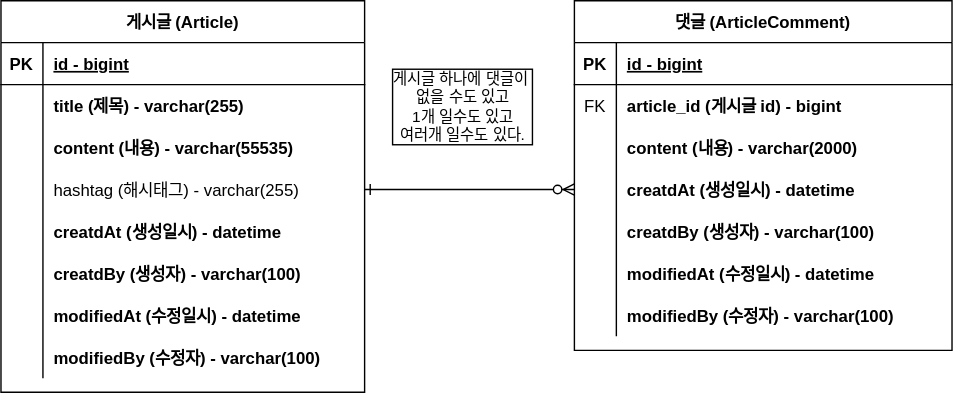
Before: document/project-board-end.svg, a diagram exported from draw.io (jangjh45/project_board). Source tidied: cells renumbered, new cells last; positions are measured from the earlier drawing's top-left corner, leaving out a move shared by most shapes.
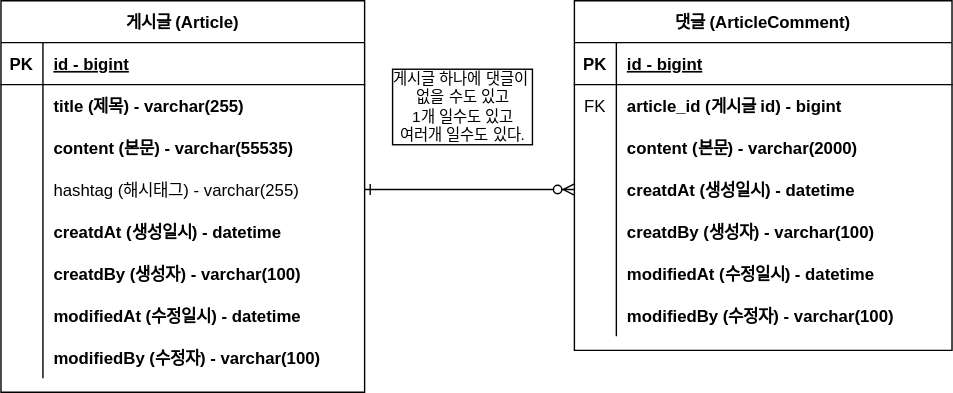
After the change.

Commit message:
ERD 주석 업데이트 project-board-end.svg

The edit, as a diff of the source:
```diff
@@ -39,7 +39,7 @@
     <mxCell id="12" style="shape=partialRectangle;overflow=hidden;fillColor=none;top=0;left=0;bottom=0;right=0;" parent="11" vertex="1">
       <mxGeometry width="30" height="30" as="geometry" />
     </mxCell>
-    <mxCell id="13" value="content (내용) - varchar(55535)" style="shape=partialRectangle;overflow=hidden;fillColor=none;top=0;left=0;bottom=0;right=0;align=left;spacingLeft=6;fontStyle=1;" parent="11" vertex="1">
+    <mxCell id="13" value="content (본문) - varchar(55535)" style="shape=partialRectangle;overflow=hidden;fillColor=none;top=0;left=0;bottom=0;right=0;align=left;spacingLeft=6;fontStyle=1;" parent="11" vertex="1">
       <mxGeometry x="30" width="230" height="30" as="geometry" />
     </mxCell>
     <mxCell id="14" style="shape=partialRectangle;fillColor=none;points=[[0,0.5],[1,0.5]];portConstraint=eastwest;top=0;left=0;right=0;bottom=0;" parent="4" vertex="1">
@@ -114,7 +114,7 @@
     <mxCell id="37" style="shape=partialRectangle;overflow=hidden;fillColor=none;top=0;left=0;bottom=0;right=0;" parent="36" vertex="1">
       <mxGeometry width="30" height="30" as="geometry" />
     </mxCell>
-    <mxCell id="38" value="content (내용) - varchar(2000)" style="shape=partialRectangle;overflow=hidden;fillColor=none;top=0;left=0;bottom=0;right=0;align=left;spacingLeft=6;fontStyle=1;" parent="36" vertex="1">
+    <mxCell id="38" value="content (본문) - varchar(2000)" style="shape=partialRectangle;overflow=hidden;fillColor=none;top=0;left=0;bottom=0;right=0;align=left;spacingLeft=6;fontStyle=1;" parent="36" vertex="1">
       <mxGeometry x="30" width="240" height="30" as="geometry" />
     </mxCell>
     <mxCell id="39" style="shape=partialRectangle;fillColor=none;top=0;left=0;right=0;bottom=0;" parent="29" vertex="1">
```
